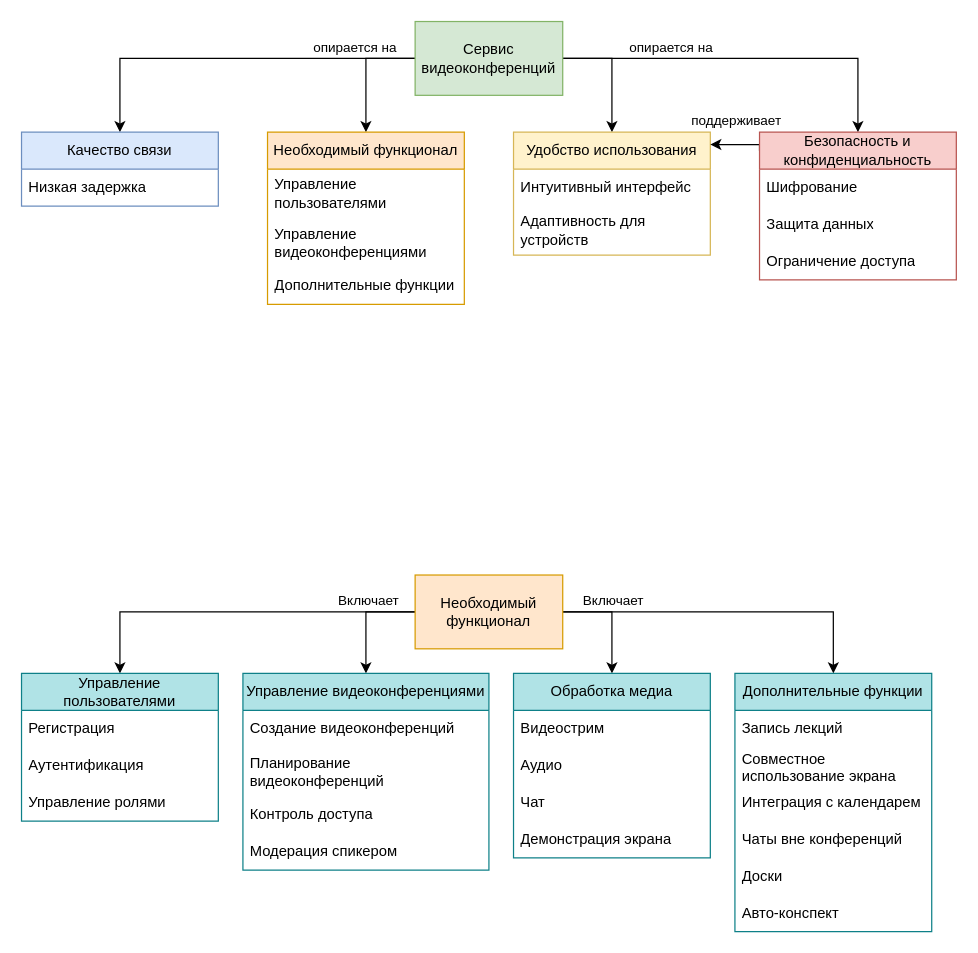
Odinzov/Ontology keeps this draw.io diagram as видеоконференции.drawio. Above is the earlier version. Source tidied: cells renumbered, new cells numbered last; positions are measured from the earlier drawing's top-left corner, leaving out a move shared by most shapes. Both pictures are drawn from the tidied source at 123%, with x=0, y=0 at pixel (21, 21).
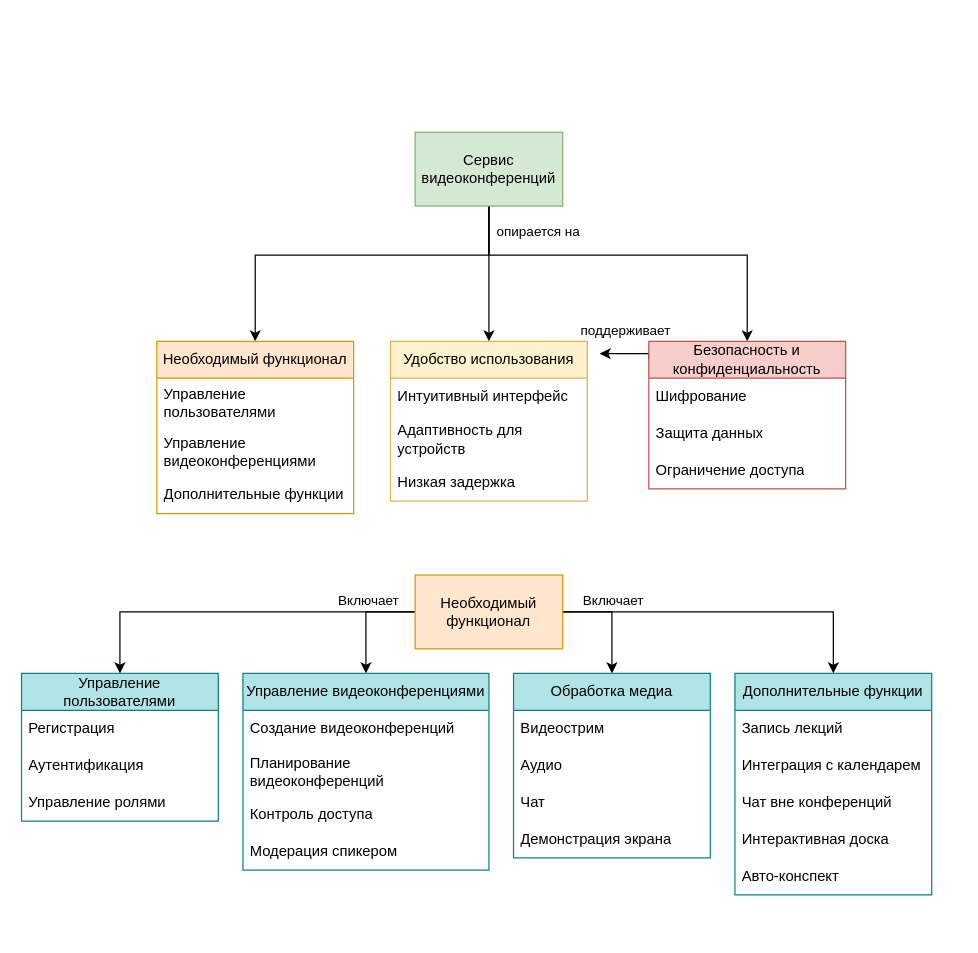
Above is the later version.

Change to the diagram source:
```diff
@@
-    <mxCell id="2" style="edgeStyle=orthogonalEdgeStyle;rounded=0;jettySize=auto;html=1;entryX=0.5;entryY=0;entryDx=0;entryDy=0;" parent="1" edge="1" source="8" target="9">
-      <mxGeometry relative="1" as="geometry" />
-    </mxCell>
-    <mxCell id="3" value="&lt;div&gt;опирается на&lt;/div&gt;" style="edgeLabel;html=1;align=center;verticalAlign=middle;labelBackgroundColor=none;" parent="2" vertex="1">
-      <mxGeometry x="-0.26" y="-2" relative="1" as="geometry">
-        <mxPoint x="61" y="-8" as="offset" />
-      </mxGeometry>
-    </mxCell>
     <mxCell id="4" style="edgeStyle=orthogonalEdgeStyle;rounded=0;jettySize=auto;html=1;exitX=1;exitY=0.5;exitDx=0;exitDy=0;entryX=0.5;entryY=0;entryDx=0;entryDy=0;" parent="1" edge="1" source="8" target="11">
       <mxGeometry relative="1" as="geometry">
         <Array as="points">
-          <mxPoint x="480" y="30" />
+          <mxPoint x="380" y="120" />
+          <mxPoint x="380" y="260" />
         </Array>
       </mxGeometry>
     </mxCell>
     <mxCell id="5" style="edgeStyle=orthogonalEdgeStyle;rounded=0;jettySize=auto;html=1;entryX=0.5;entryY=0;entryDx=0;entryDy=0;" parent="1" edge="1" source="8" target="14">
       <mxGeometry relative="1" as="geometry">
         <Array as="points">
-          <mxPoint x="280" y="30" />
+          <mxPoint x="380" y="190" />
+          <mxPoint x="190" y="190" />
         </Array>
       </mxGeometry>
     </mxCell>
     <mxCell id="6" style="edgeStyle=orthogonalEdgeStyle;rounded=0;jettySize=auto;html=1;entryX=0.5;entryY=0;entryDx=0;entryDy=0;exitX=1;exitY=0.5;exitDx=0;exitDy=0;" parent="1" edge="1" source="8" target="20">
       <mxGeometry relative="1" as="geometry">
         <Array as="points">
-          <mxPoint x="680" y="30" />
+          <mxPoint x="380" y="120" />
+          <mxPoint x="380" y="190" />
+          <mxPoint x="590" y="190" />
         </Array>
       </mxGeometry>
     </mxCell>
     <mxCell id="7" value="&lt;div&gt;опирается на&lt;/div&gt;" style="edgeLabel;html=1;align=center;verticalAlign=middle;labelBackgroundColor=none;" parent="6" vertex="1">
       <mxGeometry x="0.34" y="2" relative="1" as="geometry">
-        <mxPoint x="-114" y="-8" as="offset" />
+        <mxPoint x="-106" y="-18" as="offset" />
       </mxGeometry>
     </mxCell>
     <mxCell id="8" value="&lt;div&gt;Сервис видеоконференций&lt;/div&gt;" style="rounded=0;whiteSpace=wrap;html=1;fillColor=#d5e8d4;strokeColor=#82b366;" parent="1" vertex="1">
-      <mxGeometry x="320" width="120" height="60" as="geometry" />
+      <mxGeometry x="320" y="90" width="120" height="60" as="geometry" />
     </mxCell>
-    <mxCell id="9" value="&lt;span&gt;Качество связи&lt;/span&gt;" style="swimlane;fontStyle=0;horizontal=1;startSize=30;whiteSpace=wrap;html=1;fillColor=#dae8fc;strokeColor=#6c8ebf;" parent="1" vertex="1">
-      <mxGeometry y="90" width="160" height="60" as="geometry" />
-    </mxCell>
-    <mxCell id="10" value="&lt;div&gt;Низкая задержка&lt;/div&gt;" style="text;strokeColor=none;fillColor=none;align=left;verticalAlign=middle;spacingLeft=4;spacingRight=4;overflow=hidden;whiteSpace=wrap;html=1;" parent="9" vertex="1">
-      <mxGeometry y="30" width="160" height="30" as="geometry" />
-    </mxCell>
     <mxCell id="11" value="Удобство использования" style="swimlane;fontStyle=0;horizontal=1;startSize=30;whiteSpace=wrap;html=1;fillColor=#fff2cc;strokeColor=#d6b656;" parent="1" vertex="1">
-      <mxGeometry x="400" y="90" width="160" height="100" as="geometry" />
+      <mxGeometry x="300" y="260" width="160" height="130" as="geometry" />
     </mxCell>
@@
+    <mxCell id="10" value="&lt;div&gt;Низкая задержка&lt;/div&gt;" style="text;strokeColor=none;fillColor=none;align=left;verticalAlign=middle;spacingLeft=4;spacingRight=4;overflow=hidden;whiteSpace=wrap;html=1;" parent="11" vertex="1">
+      <mxGeometry y="100" width="160" height="30" as="geometry" />
+    </mxCell>
     <mxCell id="14" value="Необходимый функционал" style="swimlane;fontStyle=0;horizontal=1;startSize=30;whiteSpace=wrap;html=1;fillColor=#ffe6cc;strokeColor=#d79b00;" parent="1" vertex="1">
-      <mxGeometry x="200" y="90" width="160" height="140" as="geometry" />
+      <mxGeometry x="110" y="260" width="160" height="140" as="geometry" />
     </mxCell>
@@
     <mxCell id="18" style="edgeStyle=orthogonalEdgeStyle;rounded=0;orthogonalLoop=1;jettySize=auto;html=1;exitX=0;exitY=0.25;exitDx=0;exitDy=0;entryX=1;entryY=0.25;entryDx=0;entryDy=0;" parent="1" edge="1">
       <mxGeometry relative="1" as="geometry">
-        <mxPoint x="600" y="105" as="sourcePoint" />
-        <mxPoint x="560" y="100" as="targetPoint" />
+        <mxPoint x="510" y="275" as="sourcePoint" />
+        <mxPoint x="470" y="270" as="targetPoint" />
         <Array as="points">
-          <mxPoint x="600" y="100" />
+          <mxPoint x="510" y="270" />
         </Array>
       </mxGeometry>
     </mxCell>
@@
     <mxCell id="20" value="Безопасность и конфиденциальность" style="swimlane;fontStyle=0;horizontal=1;startSize=30;whiteSpace=wrap;html=1;fillColor=#f8cecc;strokeColor=#b85450;" parent="1" vertex="1">
-      <mxGeometry x="600" y="90" width="160" height="120" as="geometry" />
+      <mxGeometry x="510" y="260" width="160" height="120" as="geometry" />
     </mxCell>
@@
     <mxCell id="45" value="&lt;span style=&quot;text-align: left;&quot;&gt;Дополнительные функции&lt;/span&gt;" style="swimlane;fontStyle=0;horizontal=1;startSize=30;whiteSpace=wrap;html=1;fillColor=#b0e3e6;strokeColor=#0e8088;" parent="1" vertex="1">
-      <mxGeometry x="580" y="530" width="160" height="210" as="geometry" />
+      <mxGeometry x="580" y="530" width="160" height="180" as="geometry" />
     </mxCell>
@@
-    <mxCell id="47" value="&lt;div&gt;Совместное использование экрана&lt;/div&gt;" style="text;strokeColor=none;fillColor=none;align=left;verticalAlign=middle;spacingLeft=4;spacingRight=4;overflow=hidden;whiteSpace=wrap;html=1;" parent="45" vertex="1">
-      <mxGeometry y="60" width="160" height="30" as="geometry" />
-    </mxCell>
     <mxCell id="48" value="&lt;div&gt;Интеграция с календарем&lt;/div&gt;" style="text;strokeColor=none;fillColor=none;align=left;verticalAlign=middle;spacingLeft=4;spacingRight=4;overflow=hidden;whiteSpace=wrap;html=1;" parent="45" vertex="1">
-      <mxGeometry y="90" width="160" height="30" as="geometry" />
+      <mxGeometry y="60" width="160" height="30" as="geometry" />
     </mxCell>
-    <mxCell id="49" value="&lt;div&gt;Чаты вне конференций&lt;/div&gt;" style="text;strokeColor=none;fillColor=none;align=left;verticalAlign=middle;spacingLeft=4;spacingRight=4;overflow=hidden;whiteSpace=wrap;html=1;" parent="45" vertex="1">
-      <mxGeometry y="120" width="160" height="30" as="geometry" />
+    <mxCell id="49" value="&lt;div&gt;Чат&lt;span style=&quot;background-color: transparent; color: light-dark(rgb(0, 0, 0), rgb(255, 255, 255));&quot;&gt;&amp;nbsp;вне конференций&lt;/span&gt;&lt;/div&gt;" style="text;strokeColor=none;fillColor=none;align=left;verticalAlign=middle;spacingLeft=4;spacingRight=4;overflow=hidden;whiteSpace=wrap;html=1;" parent="45" vertex="1">
+      <mxGeometry y="90" width="160" height="30" as="geometry" />
     </mxCell>
-    <mxCell id="50" value="&lt;div&gt;Доски&lt;br&gt;&lt;/div&gt;" style="text;strokeColor=none;fillColor=none;align=left;verticalAlign=middle;spacingLeft=4;spacingRight=4;overflow=hidden;whiteSpace=wrap;html=1;" parent="45" vertex="1">
-      <mxGeometry y="150" width="160" height="30" as="geometry" />
+    <mxCell id="50" value="&lt;div&gt;Интерактивная доска&lt;/div&gt;" style="text;strokeColor=none;fillColor=none;align=left;verticalAlign=middle;spacingLeft=4;spacingRight=4;overflow=hidden;whiteSpace=wrap;html=1;" parent="45" vertex="1">
+      <mxGeometry y="120" width="160" height="30" as="geometry" />
     </mxCell>
     <mxCell id="51" value="&lt;div&gt;Авто-конспект&lt;/div&gt;" style="text;strokeColor=none;fillColor=none;align=left;verticalAlign=middle;spacingLeft=4;spacingRight=4;overflow=hidden;whiteSpace=wrap;html=1;" parent="45" vertex="1">
-      <mxGeometry y="180" width="160" height="30" as="geometry" />
+      <mxGeometry y="150" width="160" height="30" as="geometry" />
     </mxCell>
```
